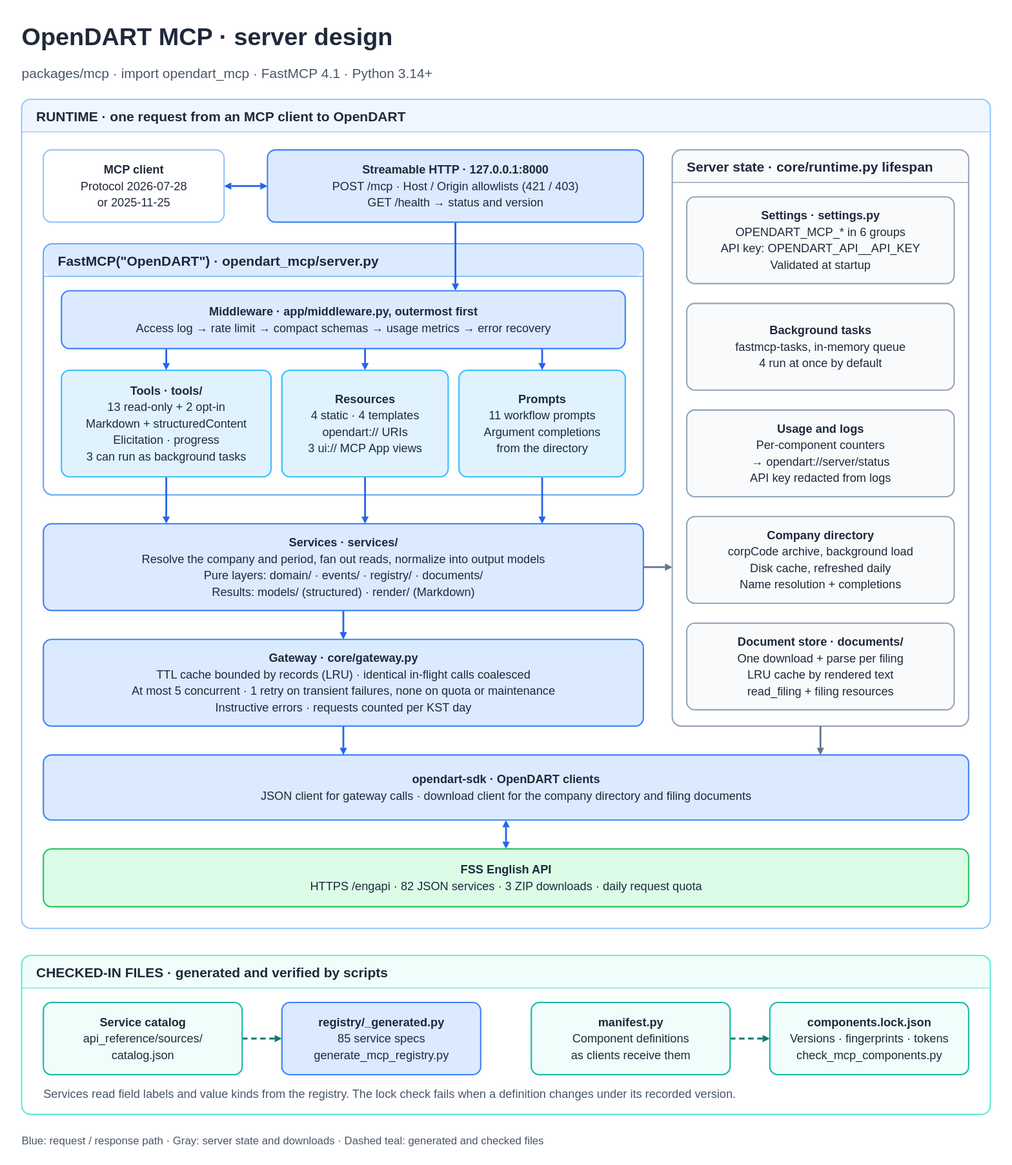
Earlier version of the draw.io export packages/mcp/docs/architecture.svg (orestxherija/opendart). Source tidied: cells renumbered, new cells last; positions are measured from the earlier drawing's top-left corner, leaving out a move shared by most shapes.
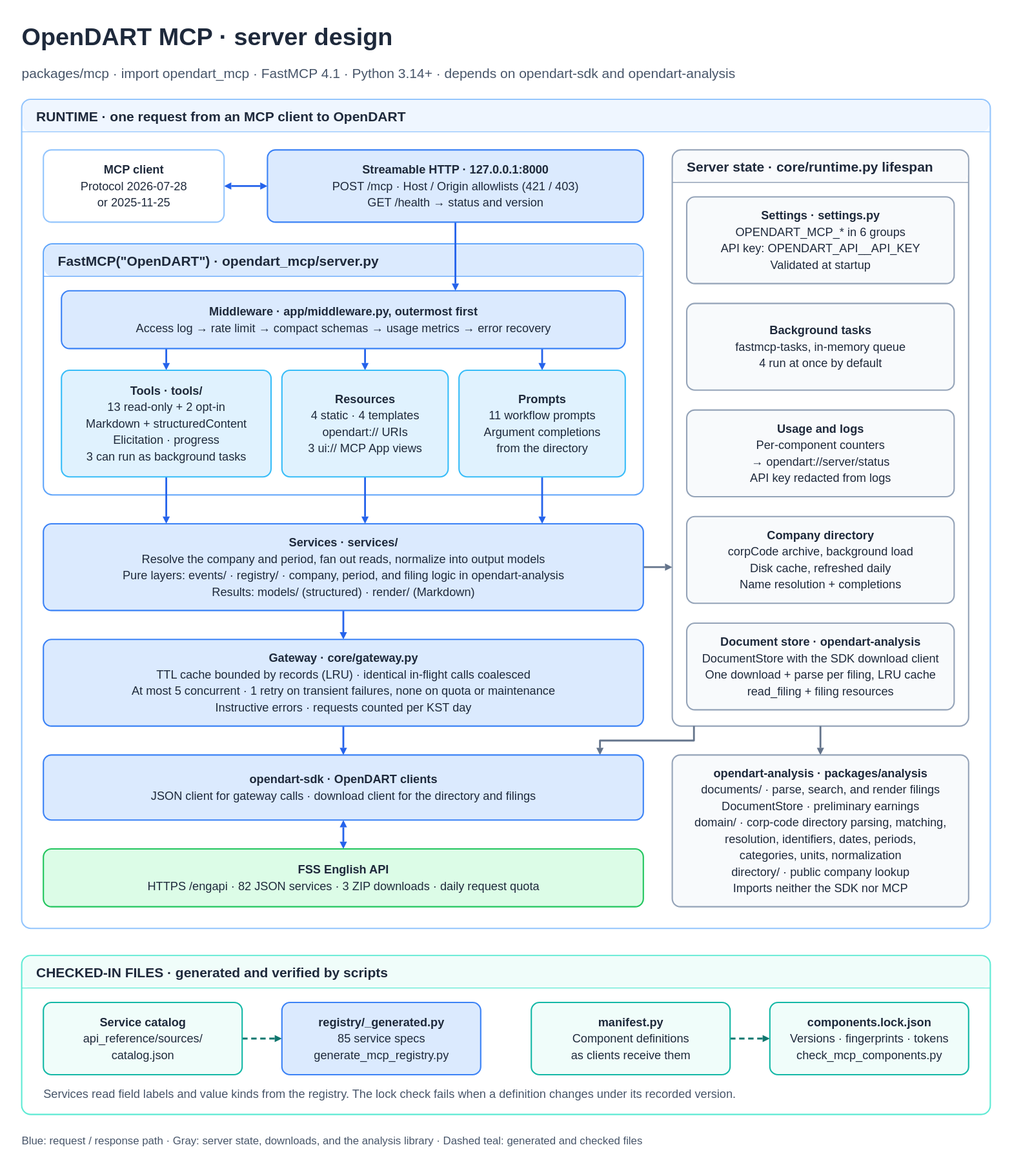
After the commit.

Commit message:
docs: show opendart-analysis in the MCP and CI diagrams

Change to the diagram source:
```diff
@@ -5,7 +5,7 @@
     <mxCell id="2" value="OpenDART MCP · server design" style="rounded=1;whiteSpace=wrap;html=1;fontFamily=Arial;fontColor=#1e293b;strokeWidth=1.5;spacing=12;fontSize=27;fillColor=none;strokeColor=none;align=left;spacing=0;fontStyle=1;" parent="1" vertex="1">
       <mxGeometry width="1072" height="38" as="geometry" />
     </mxCell>
-    <mxCell id="3" value="packages/mcp · import opendart_mcp · FastMCP 4.1 · Python 3.14+" style="rounded=1;whiteSpace=wrap;html=1;fontFamily=Arial;fontColor=#475569;strokeWidth=1.5;spacing=12;fontSize=15;fillColor=none;strokeColor=none;align=left;spacing=0;" parent="1" vertex="1">
+    <mxCell id="3" value="packages/mcp · import opendart_mcp · FastMCP 4.1 · Python 3.14+ · depends on opendart-sdk and opendart-analysis" style="rounded=1;whiteSpace=wrap;html=1;fontFamily=Arial;fontColor=#475569;strokeWidth=1.5;spacing=12;fontSize=15;fillColor=none;strokeColor=none;align=left;spacing=0;" parent="1" vertex="1">
       <mxGeometry y="46" width="1072" height="26" as="geometry" />
     </mxCell>
     <mxCell id="4" value="RUNTIME · one request from an MCP client to OpenDART" style="rounded=1;whiteSpace=wrap;html=1;fontFamily=Arial;fontColor=#1e293b;strokeWidth=1.5;spacing=12;fontSize=15;fillColor=#eff6ff;strokeColor=#93c5fd;shape=swimlane;startSize=36;horizontal=1;align=left;spacingLeft=16;fontStyle=1;swimlaneFillColor=#ffffff;" parent="1" vertex="1">
@@ -38,7 +38,7 @@
     <mxCell id="13" value="&lt;b&gt;Prompts&lt;/b&gt;&lt;br&gt;11 workflow prompts&lt;br&gt;Argument completions&lt;br&gt;from the directory" style="rounded=1;whiteSpace=wrap;html=1;fontFamily=Arial;fontColor=#1e293b;strokeWidth=1.5;spacing=12;fontSize=13;fillColor=#e0f2fe;strokeColor=#38bdf8;" parent="5" vertex="1">
       <mxGeometry x="460" y="140" width="184" height="118" as="geometry" />
     </mxCell>
-    <mxCell id="14" value="&lt;b&gt;Services · services/&lt;/b&gt;&lt;br&gt;Resolve the company and period, fan out reads, normalize into output models&lt;br&gt;Pure layers: domain/ · events/ · registry/ · documents/&lt;br&gt;Results: models/ (structured) · render/ (Markdown)" style="rounded=1;whiteSpace=wrap;html=1;fontFamily=Arial;fontColor=#1e293b;strokeWidth=1.5;spacing=12;fontSize=13;fillColor=#dbeafe;strokeColor=#3b82f6;" parent="4" vertex="1">
+    <mxCell id="14" value="&lt;b&gt;Services · services/&lt;/b&gt;&lt;br&gt;Resolve the company and period, fan out reads, normalize into output models&lt;br&gt;Pure layers: events/ · registry/ · company, period, and filing logic in opendart-analysis&lt;br&gt;Results: models/ (structured) · render/ (Markdown)" style="rounded=1;whiteSpace=wrap;html=1;fontFamily=Arial;fontColor=#1e293b;strokeWidth=1.5;spacing=12;fontSize=13;fillColor=#dbeafe;strokeColor=#3b82f6;" parent="4" vertex="1">
       <mxGeometry x="24" y="470" width="664" height="96" as="geometry" />
     </mxCell>
     <mxCell id="15" value="&lt;b&gt;Gateway · core/gateway.py&lt;/b&gt;&lt;br&gt;TTL cache bounded by records (LRU) · identical in-flight calls coalesced&lt;br&gt;At most 5 concurrent · 1 retry on transient failures, none on quota or maintenance&lt;br&gt;Instructive errors · requests counted per KST day" style="rounded=1;whiteSpace=wrap;html=1;fontFamily=Arial;fontColor=#1e293b;strokeWidth=1.5;spacing=12;fontSize=13;fillColor=#dbeafe;strokeColor=#3b82f6;" parent="4" vertex="1">
@@ -56,15 +56,18 @@
     <mxCell id="19" value="&lt;b&gt;Company directory&lt;/b&gt;&lt;br&gt;corpCode archive, background load&lt;br&gt;Disk cache, refreshed daily&lt;br&gt;Name resolution + completions" style="rounded=1;whiteSpace=wrap;html=1;fontFamily=Arial;fontColor=#1e293b;strokeWidth=1.5;spacing=12;fontSize=13;fillColor=#f8fafc;strokeColor=#94a3b8;" parent="6" vertex="1">
       <mxGeometry x="16" y="406" width="296" height="96" as="geometry" />
     </mxCell>
-    <mxCell id="20" value="&lt;b&gt;Document store · documents/&lt;/b&gt;&lt;br&gt;One download + parse per filing&lt;br&gt;LRU cache by rendered text&lt;br&gt;read_filing + filing resources" style="rounded=1;whiteSpace=wrap;html=1;fontFamily=Arial;fontColor=#1e293b;strokeWidth=1.5;spacing=12;fontSize=13;fillColor=#f8fafc;strokeColor=#94a3b8;" parent="6" vertex="1">
+    <mxCell id="20" value="&lt;b&gt;Document store · opendart-analysis&lt;/b&gt;&lt;br&gt;DocumentStore with the SDK download client&lt;br&gt;One download + parse per filing, LRU cache&lt;br&gt;read_filing + filing resources" style="rounded=1;whiteSpace=wrap;html=1;fontFamily=Arial;fontColor=#1e293b;strokeWidth=1.5;spacing=12;fontSize=13;fillColor=#f8fafc;strokeColor=#94a3b8;" parent="6" vertex="1">
       <mxGeometry x="16" y="524" width="296" height="96" as="geometry" />
     </mxCell>
-    <mxCell id="21" value="&lt;b&gt;opendart-sdk · OpenDART clients&lt;/b&gt;&lt;br&gt;JSON client for gateway calls · download client for the company directory and filing documents" style="rounded=1;whiteSpace=wrap;html=1;fontFamily=Arial;fontColor=#1e293b;strokeWidth=1.5;spacing=12;fontSize=13;fillColor=#dbeafe;strokeColor=#3b82f6;" parent="4" vertex="1">
-      <mxGeometry x="24" y="726" width="1024" height="72" as="geometry" />
+    <mxCell id="21" value="&lt;b&gt;opendart-sdk · OpenDART clients&lt;/b&gt;&lt;br&gt;JSON client for gateway calls · download client for the directory and filings" style="rounded=1;whiteSpace=wrap;html=1;fontFamily=Arial;fontColor=#1e293b;strokeWidth=1.5;spacing=12;fontSize=13;fillColor=#dbeafe;strokeColor=#3b82f6;" parent="4" vertex="1">
+      <mxGeometry x="24" y="726" width="664" height="72" as="geometry" />
     </mxCell>
     <mxCell id="22" value="&lt;b&gt;FSS English API&lt;/b&gt;&lt;br&gt;HTTPS /engapi · 82 JSON services · 3 ZIP downloads · daily request quota" style="rounded=1;whiteSpace=wrap;html=1;fontFamily=Arial;fontColor=#1e293b;strokeWidth=1.5;spacing=12;fontSize=13;fillColor=#dcfce7;strokeColor=#22c55e;" parent="4" vertex="1">
-      <mxGeometry x="24" y="830" width="1024" height="64" as="geometry" />
+      <mxGeometry x="24" y="830" width="664" height="64" as="geometry" />
     </mxCell>
+    <mxCell id="44" value="&lt;b&gt;opendart-analysis · packages/analysis&lt;/b&gt;&lt;br&gt;documents/ · parse, search, and render filings&lt;br&gt;DocumentStore · preliminary earnings&lt;br&gt;domain/ · corp-code directory parsing, matching,&lt;br&gt;resolution, identifiers, dates, periods,&lt;br&gt;categories, units, normalization&lt;br&gt;directory/ · public company lookup&lt;br&gt;Imports neither the SDK nor MCP" style="rounded=1;whiteSpace=wrap;html=1;fontFamily=Arial;fontColor=#1e293b;strokeWidth=1.5;spacing=12;fontSize=13;fillColor=#f8fafc;strokeColor=#94a3b8;" parent="4" vertex="1">
+      <mxGeometry x="720" y="726" width="328" height="168" as="geometry" />
+    </mxCell>
     <mxCell id="23" value="&lt;b&gt;Service catalog&lt;/b&gt;&lt;br&gt;api_reference/sources/&lt;br&gt;catalog.json" style="rounded=1;whiteSpace=wrap;html=1;fontFamily=Arial;fontColor=#1e293b;strokeWidth=1.5;spacing=12;fontSize=13;fillColor=#f0fdfa;strokeColor=#14b8a6;" parent="7" vertex="1">
       <mxGeometry x="24" y="52" width="220" height="80" as="geometry" />
     </mxCell>
@@ -80,7 +83,7 @@
     <mxCell id="27" value="Services read field labels and value kinds from the registry. The lock check fails when a definition changes under its recorded version." style="rounded=1;whiteSpace=wrap;html=1;fontFamily=Arial;fontColor=#475569;strokeWidth=1.5;spacing=12;fontSize=13;fillColor=none;strokeColor=none;align=left;spacing=0;" parent="7" vertex="1">
       <mxGeometry x="24" y="142" width="1024" height="22" as="geometry" />
     </mxCell>
-    <mxCell id="28" value="Blue: request / response path · Gray: server state and downloads · Dashed teal: generated and checked files" style="rounded=1;whiteSpace=wrap;html=1;fontFamily=Arial;fontColor=#475569;strokeWidth=1.5;spacing=12;fontSize=12;fillColor=none;strokeColor=none;align=left;spacing=0;" parent="1" vertex="1">
+    <mxCell id="28" value="Blue: request / response path · Gray: server state, downloads, and the analysis library · Dashed teal: generated and checked files" style="rounded=1;whiteSpace=wrap;html=1;fontFamily=Arial;fontColor=#475569;strokeWidth=1.5;spacing=12;fontSize=12;fillColor=none;strokeColor=none;align=left;spacing=0;" parent="1" vertex="1">
       <mxGeometry y="1230" width="1072" height="22" as="geometry" />
     </mxCell>
     <mxCell id="29" style="edgeStyle=orthogonalEdgeStyle;rounded=1;html=1;strokeWidth=2;strokeColor=#2563eb;endArrow=block;endFill=1;exitX=1;exitY=0.5;entryX=0;entryY=0.5;exitPerimeter=0;entryPerimeter=0;startArrow=block;startFill=1;" parent="4" edge="1" source="8" target="9">
@@ -113,12 +116,20 @@
     <mxCell id="38" style="edgeStyle=orthogonalEdgeStyle;rounded=1;html=1;strokeWidth=2;strokeColor=#64748b;endArrow=block;endFill=1;exitX=1;exitY=0.5;entryX=0;entryY=0.7241;exitPerimeter=0;entryPerimeter=0;" parent="4" edge="1" source="14" target="6">
       <mxGeometry relative="1" as="geometry" />
     </mxCell>
-    <mxCell id="39" style="edgeStyle=orthogonalEdgeStyle;rounded=1;html=1;strokeWidth=2;strokeColor=#2563eb;endArrow=block;endFill=1;exitX=0.5;exitY=1;entryX=0.3242;entryY=0;exitPerimeter=0;entryPerimeter=0;" parent="4" edge="1" source="15" target="21">
+    <mxCell id="39" style="edgeStyle=orthogonalEdgeStyle;rounded=1;html=1;strokeWidth=2;strokeColor=#2563eb;endArrow=block;endFill=1;exitX=0.5;exitY=1;entryX=0.5;entryY=0;exitPerimeter=0;entryPerimeter=0;" parent="4" edge="1" source="15" target="21">
       <mxGeometry relative="1" as="geometry" />
     </mxCell>
-    <mxCell id="40" style="edgeStyle=orthogonalEdgeStyle;rounded=1;html=1;strokeWidth=2;strokeColor=#64748b;endArrow=block;endFill=1;exitX=0.5;exitY=1;entryX=0.8398;entryY=0;exitPerimeter=0;entryPerimeter=0;" parent="4" edge="1" source="6" target="21">
-      <mxGeometry relative="1" as="geometry" />
+    <mxCell id="40" style="edgeStyle=orthogonalEdgeStyle;rounded=1;html=1;strokeWidth=2;strokeColor=#64748b;endArrow=block;endFill=1;exitX=0.0732;exitY=1;entryX=0.9277;entryY=0;exitPerimeter=0;entryPerimeter=0;" parent="4" edge="1" source="6" target="21">
+      <mxGeometry relative="1" as="geometry">
+        <Array as="points">
+          <mxPoint x="744" y="710" />
+          <mxPoint x="640" y="710" />
+        </Array>
+      </mxGeometry>
     </mxCell>
+    <mxCell id="45" style="edgeStyle=orthogonalEdgeStyle;rounded=1;html=1;strokeWidth=2;strokeColor=#64748b;endArrow=block;endFill=1;exitX=0.5;exitY=1;entryX=0.5;entryY=0;exitPerimeter=0;entryPerimeter=0;" parent="4" edge="1" source="6" target="44">
+      <mxGeometry relative="1" as="geometry" />
+    </mxCell>
     <mxCell id="41" style="edgeStyle=orthogonalEdgeStyle;rounded=1;html=1;strokeWidth=2;strokeColor=#2563eb;endArrow=block;endFill=1;exitX=0.5;exitY=1;entryX=0.5;entryY=0;exitPerimeter=0;entryPerimeter=0;startArrow=block;startFill=1;" parent="4" edge="1" source="21" target="22">
       <mxGeometry relative="1" as="geometry" />
     </mxCell>
```
